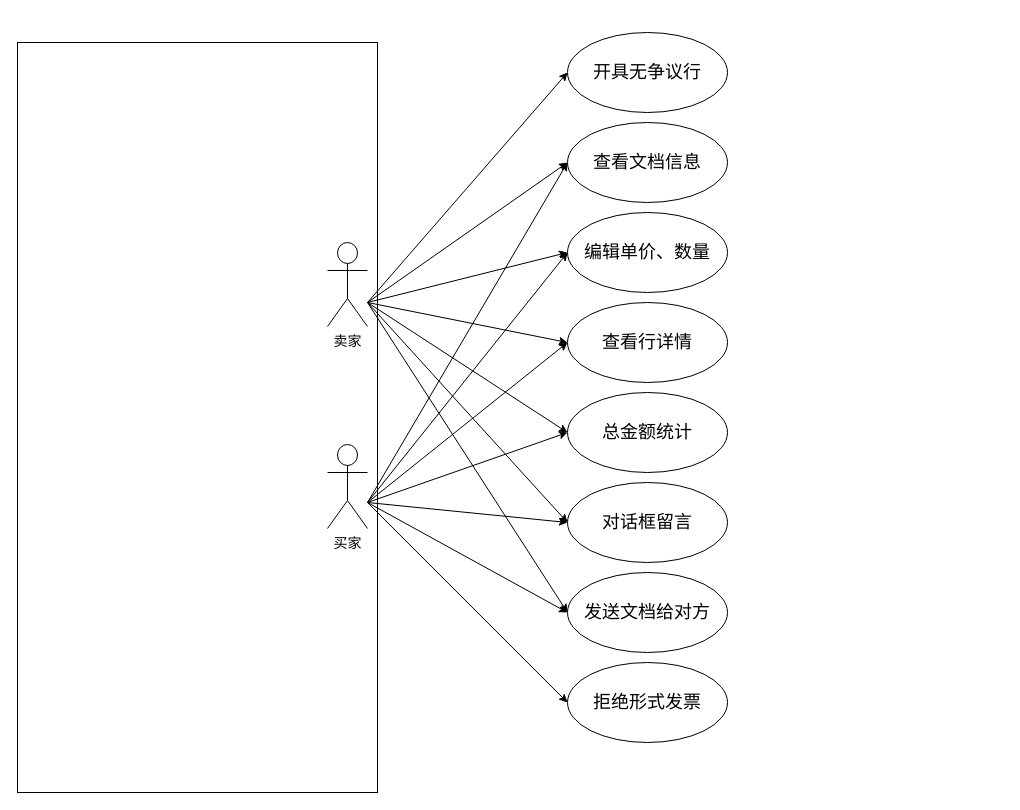
This is page "协同" (3 of 4) of 需求分析.drawio from Robbie-Han/graduation-thesis, a draw.io file, before an edit. Source tidied: cells renumbered, new cells numbered last; positions are measured from the earlier drawing's top-left corner, leaving out a move shared by most shapes. Both pictures are drawn from the tidied source at 100%, with x=0, y=0 at pixel (17, 32).
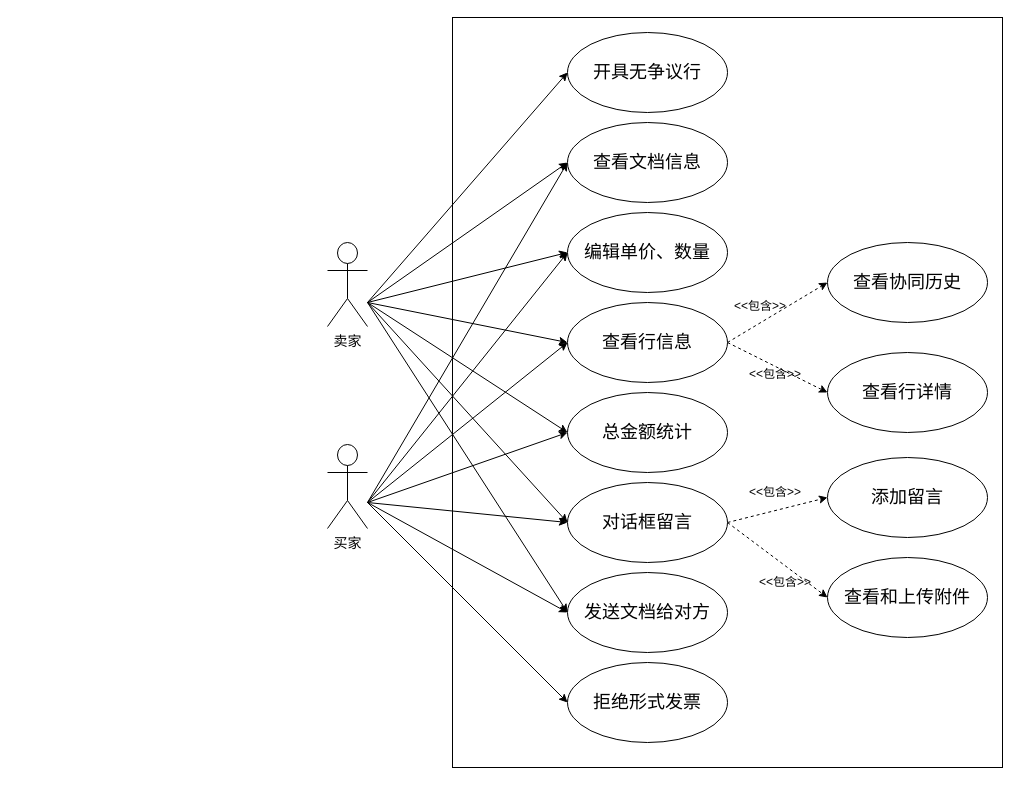
Above is the later version.

Unchanged cells that the change refers to:
```xml
<mxCell id="19" value="&lt;span style=&quot;font-size: 18px ; white-space: normal&quot;&gt;对话框留言&lt;/span&gt;" style="ellipse;whiteSpace=wrap;html=1;" parent="1" vertex="1">
  <mxGeometry x="550" y="450" width="160" height="80" as="geometry" />
</mxCell>
```

The edit, as a diff of the source:
```diff
@@
+    <mxCell id="27" style="edgeStyle=none;rounded=0;jettySize=auto;html=1;exitX=1;exitY=0.5;exitDx=0;exitDy=0;entryX=0;entryY=0.5;entryDx=0;entryDy=0;dashed=1;" parent="1" edge="1" source="13" target="31">
+      <mxGeometry relative="1" as="geometry" />
+    </mxCell>
+    <mxCell id="28" style="edgeStyle=none;rounded=0;jettySize=auto;html=1;exitX=1;exitY=0.5;exitDx=0;exitDy=0;entryX=0;entryY=0.5;entryDx=0;entryDy=0;dashed=1;" parent="1" edge="1" source="13" target="32">
+      <mxGeometry relative="1" as="geometry" />
+    </mxCell>
-    <mxCell id="13" value="&lt;span style=&quot;font-size: 18px&quot;&gt;查看行详情&lt;/span&gt;" style="ellipse;whiteSpace=wrap;html=1;" parent="1" vertex="1">
+    <mxCell id="13" value="&lt;span style=&quot;font-size: 18px&quot;&gt;查看行信息&lt;/span&gt;" style="ellipse;whiteSpace=wrap;html=1;" parent="1" vertex="1">
       <mxGeometry x="550" y="270" width="160" height="80" as="geometry" />
     </mxCell>
@@
+    <mxCell id="29" style="edgeStyle=none;rounded=0;jettySize=auto;html=1;exitX=1;exitY=0.5;exitDx=0;exitDy=0;entryX=0;entryY=0.5;entryDx=0;entryDy=0;dashed=1;" parent="1" edge="1" source="19" target="35">
+      <mxGeometry relative="1" as="geometry" />
+    </mxCell>
+    <mxCell id="30" style="edgeStyle=none;rounded=0;jettySize=auto;html=1;exitX=1;exitY=0.5;exitDx=0;exitDy=0;entryX=0;entryY=0.5;entryDx=0;entryDy=0;dashed=1;" parent="1" edge="1" source="19" target="36">
+      <mxGeometry relative="1" as="geometry" />
+    </mxCell>
@@
     <mxCell id="26" style="rounded=0;whiteSpace=wrap;html=1;fillColor=none;" parent="1" vertex="1">
-      <mxGeometry y="10" width="360" height="750" as="geometry" />
+      <mxGeometry x="435" y="-15" width="550" height="750" as="geometry" />
     </mxCell>
+    <mxCell id="31" value="&lt;span style=&quot;font-size: 18px ; white-space: normal&quot;&gt;查看协同历史&lt;/span&gt;" style="ellipse;whiteSpace=wrap;html=1;" parent="1" vertex="1">
+      <mxGeometry x="810" y="210" width="160" height="80" as="geometry" />
+    </mxCell>
+    <mxCell id="32" value="&lt;span style=&quot;font-size: 18px ; white-space: normal&quot;&gt;查看行详情&lt;/span&gt;" style="ellipse;whiteSpace=wrap;html=1;" parent="1" vertex="1">
+      <mxGeometry x="810" y="320" width="160" height="80" as="geometry" />
+    </mxCell>
+    <mxCell id="33" value="&amp;lt;&amp;lt;包含&amp;gt;&amp;gt;" style="text;html=1;align=left;verticalAlign=top;spacingTop=-4;" parent="1" vertex="1">
+      <mxGeometry x="730" y="332" width="70" height="20" as="geometry" />
+    </mxCell>
+    <mxCell id="34" value="&amp;lt;&amp;lt;包含&amp;gt;&amp;gt;" style="text;html=1;align=left;verticalAlign=top;spacingTop=-4;" parent="1" vertex="1">
+      <mxGeometry x="715" y="264" width="70" height="20" as="geometry" />
+    </mxCell>
+    <mxCell id="35" value="&lt;span style=&quot;font-size: 18px ; white-space: normal&quot;&gt;添加留言&lt;/span&gt;" style="ellipse;whiteSpace=wrap;html=1;" parent="1" vertex="1">
+      <mxGeometry x="810" y="425" width="160" height="80" as="geometry" />
+    </mxCell>
+    <mxCell id="36" value="&lt;span style=&quot;font-size: 18px ; white-space: normal&quot;&gt;查看和上传附件&lt;/span&gt;" style="ellipse;whiteSpace=wrap;html=1;" parent="1" vertex="1">
+      <mxGeometry x="810" y="525" width="160" height="80" as="geometry" />
+    </mxCell>
+    <mxCell id="37" value="&amp;lt;&amp;lt;包含&amp;gt;&amp;gt;" style="text;html=1;align=left;verticalAlign=top;spacingTop=-4;" parent="1" vertex="1">
+      <mxGeometry x="730" y="450" width="70" height="20" as="geometry" />
+    </mxCell>
+    <mxCell id="38" value="&amp;lt;&amp;lt;包含&amp;gt;&amp;gt;" style="text;html=1;align=left;verticalAlign=top;spacingTop=-4;" parent="1" vertex="1">
+      <mxGeometry x="740" y="540" width="70" height="20" as="geometry" />
+    </mxCell>
```
